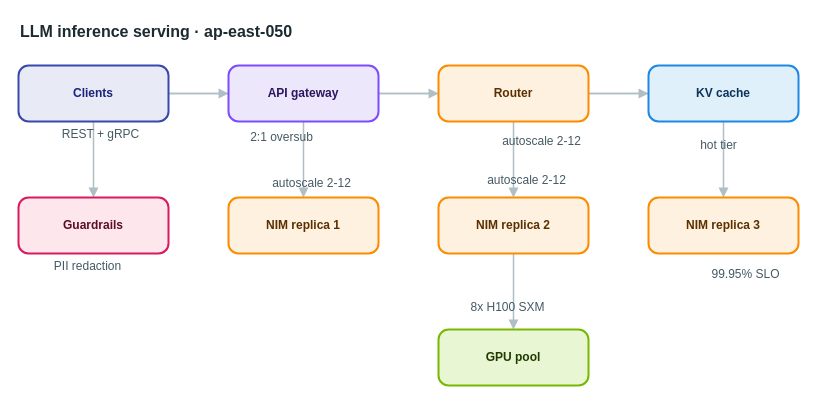
The draw.io diagram apps/web/public/samples/library/050-llm-inference-serving.drawio in AryanG01/open-apprentice, before the edit. Source tidied: cells renumbered, new cells numbered last; positions are measured from the earlier drawing's top-left corner, leaving out a move shared by most shapes. Both pictures are drawn from the tidied source at 100%, with x=0, y=0 at pixel (18, 17).
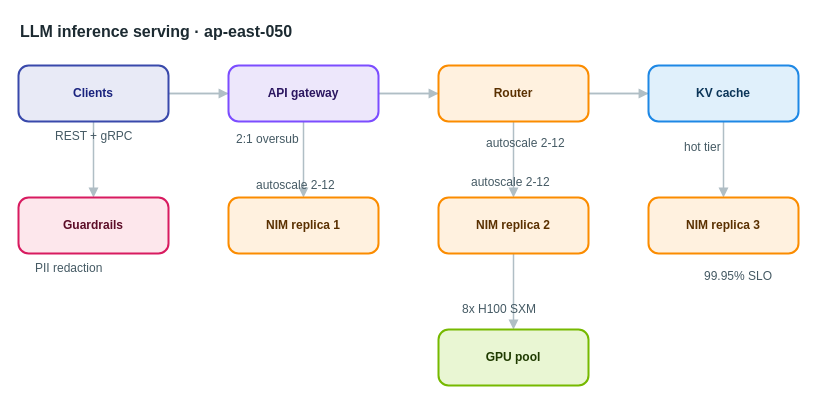
The same page after the edit.

What changed in the source:
```diff
@@
-    <mxCell id="20" value="REST + gRPC" style="text;html=1;align=center;verticalAlign=middle;whiteSpace=nowrap;strokeColor=none;fillColor=none;fontSize=12;fontColor=#455a64;" parent="1" vertex="1">
+    <mxCell id="20" value="REST + gRPC" style="text;html=1;align=left;verticalAlign=top;whiteSpace=nowrap;spacing=0;spacingTop=0;strokeColor=none;fillColor=none;fontSize=12;fontColor=#455a64;" parent="1" vertex="1">
       <mxGeometry x="37" y="107" width="89" height="20" as="geometry" />
     </mxCell>
-    <mxCell id="21" value="2:1 oversub" style="text;html=1;align=center;verticalAlign=middle;whiteSpace=nowrap;strokeColor=none;fillColor=none;fontSize=12;fontColor=#455a64;" parent="1" vertex="1">
+    <mxCell id="21" value="2:1 oversub" style="text;html=1;align=left;verticalAlign=top;whiteSpace=nowrap;spacing=0;spacingTop=0;strokeColor=none;fillColor=none;fontSize=12;fontColor=#455a64;" parent="1" vertex="1">
       <mxGeometry x="218" y="110" width="89" height="20" as="geometry" />
     </mxCell>
-    <mxCell id="22" value="autoscale 2-12" style="text;html=1;align=center;verticalAlign=middle;whiteSpace=nowrap;strokeColor=none;fillColor=none;fontSize=12;fontColor=#455a64;" parent="1" vertex="1">
+    <mxCell id="22" value="autoscale 2-12" style="text;html=1;align=left;verticalAlign=top;whiteSpace=nowrap;spacing=0;spacingTop=0;strokeColor=none;fillColor=none;fontSize=12;fontColor=#455a64;" parent="1" vertex="1">
       <mxGeometry x="468" y="114" width="110" height="20" as="geometry" />
     </mxCell>
-    <mxCell id="23" value="autoscale 2-12" style="text;html=1;align=center;verticalAlign=middle;whiteSpace=nowrap;strokeColor=none;fillColor=none;fontSize=12;fontColor=#455a64;" parent="1" vertex="1">
+    <mxCell id="23" value="autoscale 2-12" style="text;html=1;align=left;verticalAlign=top;whiteSpace=nowrap;spacing=0;spacingTop=0;strokeColor=none;fillColor=none;fontSize=12;fontColor=#455a64;" parent="1" vertex="1">
       <mxGeometry x="238" y="156" width="110" height="20" as="geometry" />
     </mxCell>
-    <mxCell id="24" value="autoscale 2-12" style="text;html=1;align=center;verticalAlign=middle;whiteSpace=nowrap;strokeColor=none;fillColor=none;fontSize=12;fontColor=#455a64;" parent="1" vertex="1">
+    <mxCell id="24" value="autoscale 2-12" style="text;html=1;align=left;verticalAlign=top;whiteSpace=nowrap;spacing=0;spacingTop=0;strokeColor=none;fillColor=none;fontSize=12;fontColor=#455a64;" parent="1" vertex="1">
       <mxGeometry x="453" y="153" width="110" height="20" as="geometry" />
     </mxCell>
-    <mxCell id="25" value="99.95% SLO" style="text;html=1;align=center;verticalAlign=middle;whiteSpace=nowrap;strokeColor=none;fillColor=none;fontSize=12;fontColor=#455a64;" parent="1" vertex="1">
+    <mxCell id="25" value="99.95% SLO" style="text;html=1;align=left;verticalAlign=top;whiteSpace=nowrap;spacing=0;spacingTop=0;strokeColor=none;fillColor=none;fontSize=12;fontColor=#455a64;" parent="1" vertex="1">
       <mxGeometry x="686" y="247" width="82" height="20" as="geometry" />
     </mxCell>
-    <mxCell id="26" value="hot tier" style="text;html=1;align=center;verticalAlign=middle;whiteSpace=nowrap;strokeColor=none;fillColor=none;fontSize=12;fontColor=#455a64;" parent="1" vertex="1">
+    <mxCell id="26" value="hot tier" style="text;html=1;align=left;verticalAlign=top;whiteSpace=nowrap;spacing=0;spacingTop=0;strokeColor=none;fillColor=none;fontSize=12;fontColor=#455a64;" parent="1" vertex="1">
       <mxGeometry x="666" y="118" width="68" height="20" as="geometry" />
     </mxCell>
-    <mxCell id="27" value="8x H100 SXM" style="text;html=1;align=center;verticalAlign=middle;whiteSpace=nowrap;strokeColor=none;fillColor=none;fontSize=12;fontColor=#455a64;" parent="1" vertex="1">
+    <mxCell id="27" value="8x H100 SXM" style="text;html=1;align=left;verticalAlign=top;whiteSpace=nowrap;spacing=0;spacingTop=0;strokeColor=none;fillColor=none;fontSize=12;fontColor=#455a64;" parent="1" vertex="1">
       <mxGeometry x="444" y="280" width="89" height="20" as="geometry" />
     </mxCell>
-    <mxCell id="28" value="PII redaction" style="text;html=1;align=center;verticalAlign=middle;whiteSpace=nowrap;strokeColor=none;fillColor=none;fontSize=12;fontColor=#455a64;" parent="1" vertex="1">
+    <mxCell id="28" value="PII redaction" style="text;html=1;align=left;verticalAlign=top;whiteSpace=nowrap;spacing=0;spacingTop=0;strokeColor=none;fillColor=none;fontSize=12;fontColor=#455a64;" parent="1" vertex="1">
       <mxGeometry x="17" y="239" width="103" height="20" as="geometry" />
     </mxCell>
```
